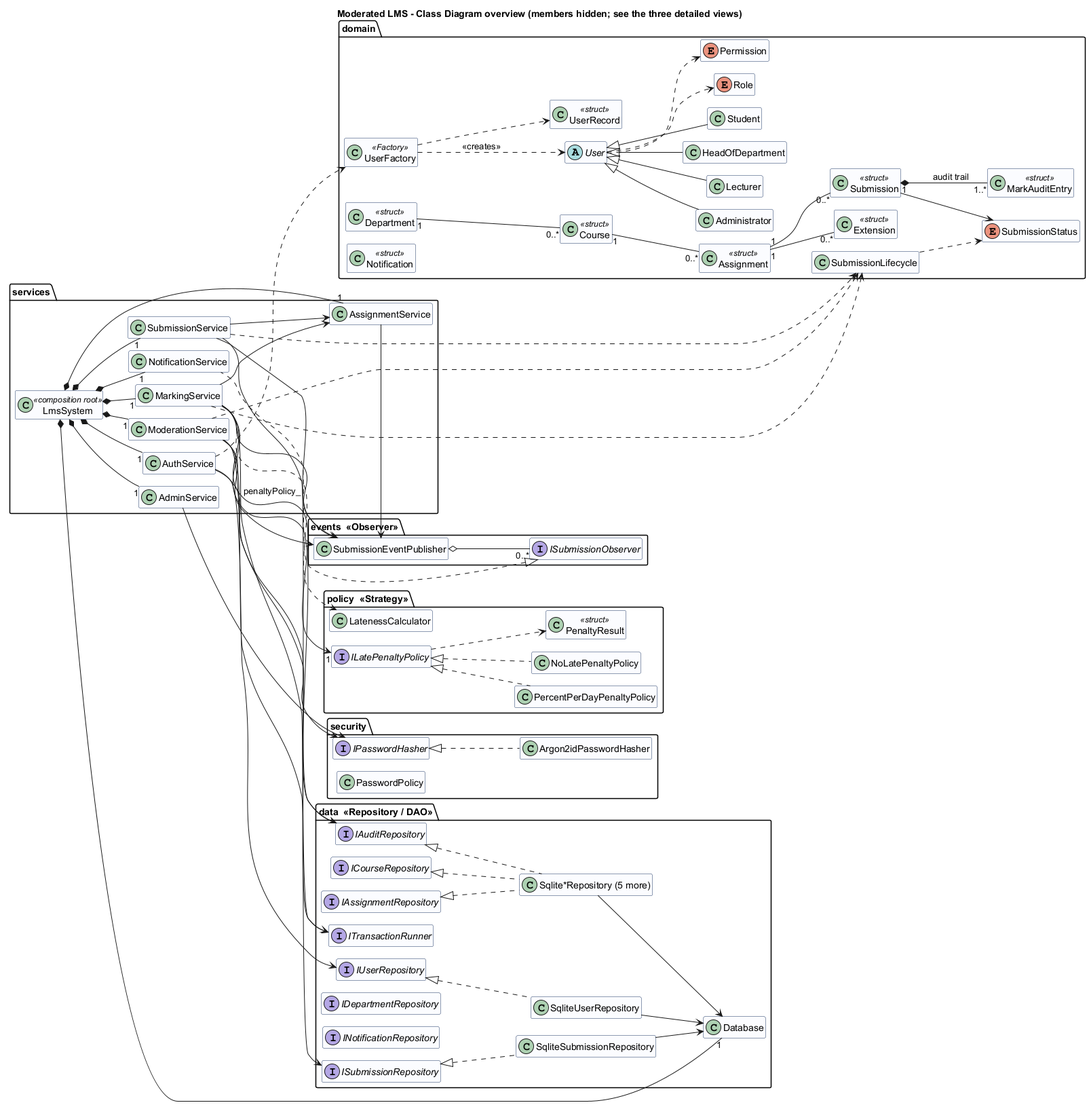
Above: docs/diagrams/rendered/class-diagram.png in victormonyekem02-sudo/Edu-Management-System (PlantUML), before the change. The source it was exported from:
```plantuml
@startuml class-diagram
!pragma layout smetana
title Moderated LMS - Class Diagram overview (members hidden; see the three detailed views)
skinparam classAttributeIconSize 0
skinparam class {
  BackgroundColor #FBFCFF
  BorderColor #1F3864
}
left to right direction
hide empty members
hide members
hide enum members


package "domain" {
  enum Role {
    Administrator
    Lecturer
    HeadOfDepartment
    Student
  }
  enum Permission {
    ManageUsers
    ManageDepartments
    ManageCourses
    AssignLecturers
    EnrolStudents
    CreateAssignment
    GrantExtension
    MarkSubmission
    SubmitWork
    ViewReleasedResults
    ModerateMarks
    ReleaseMarks
    ViewAuditLog
  }

  abstract class User {
    - id_ : int
    - username_ : string
    - fullName_ : string
    - departmentId_ : optional<int>
    # User(id : int, username : string, fullName : string, departmentId : optional<int>)
    + id() : int
    + username() : const string&
    + fullName() : const string&
    + departmentId() : optional<int>
    + {abstract} role() : Role
    + {abstract} roleTitle() : string
    + can(p : Permission) : bool
    + require(p : Permission) : void
    + {abstract} hasDepartmentScope(departmentId : int) : bool
    # {abstract} permissions() : const set<Permission>&
  }
  class Administrator
  class Lecturer
  class HeadOfDepartment
  class Student

  User <|-- Administrator
  User <|-- Lecturer
  User <|-- HeadOfDepartment
  User <|-- Student
  User ..> Role
  User ..> Permission

  class UserRecord <<struct>> {
    + id : int
    + username : string
    + passwordHash : string
    + fullName : string
    + role : Role
    + departmentId : optional<int>
    + active : bool
    + failedLoginAttempts : int
    + lockedUntil : Timestamp
    + createdAt : Timestamp
  }

  class UserFactory <<Factory>> {
    + {static} create(record : const UserRecord&) : unique_ptr<User>
  }
  UserFactory ..> UserRecord
  UserFactory ..> User : <<creates>>

  class Department <<struct>> {
    + id : int
    + name : string
  }
  class Course <<struct>> {
    + id : int
    + code : string
    + title : string
    + departmentId : int
  }
  class Assignment <<struct>> {
    + id : int
    + courseId : int
    + title : string
    + description : string
    + deadline : Timestamp
    + maxMark : int
    + createdBy : int
    + createdAt : Timestamp
  }
  class Extension <<struct>> {
    + id : int
    + assignmentId : int
    + studentId : int
    + newDeadline : Timestamp
    + reason : string
    + grantedBy : int
    + grantedAt : Timestamp
  }
  enum SubmissionStatus {
    Submitted
    Late
    Marked
    Moderated
    Released
  }
  class Submission <<struct>> {
    + id : int
    + assignmentId : int
    + studentId : int
    + content : string
    + submittedAt : Timestamp
    + version : int
    + status : SubmissionStatus
    + rawMark : optional<double>
    + daysLate : int
    + lateDeduction : double
    + finalMark : optional<double>
    + feedback : string
    + markedBy / moderatedBy / releasedBy : optional<int>
    + markedAt / moderatedAt / releasedAt : optional<Timestamp>
  }
  class SubmissionLifecycle {
    + {static} canTransition(from : SubmissionStatus, to : SubmissionStatus) : bool
    + {static} requireTransition(from : SubmissionStatus, to : SubmissionStatus) : void
    + {static} isMarkable(s : SubmissionStatus) : bool
    + {static} isVisibleToStudent(s : SubmissionStatus) : bool
  }
  class MarkAuditEntry <<struct>> {
    + id : int
    + submissionId : int
    + changedBy : int
    + changedAt : Timestamp
    + action : AuditAction
    + oldMark : optional<double>
    + newMark : optional<double>
    + reason : string
  }
  class Notification <<struct>> {
    + id : int
    + userId : int
    + message : string
    + createdAt : Timestamp
    + read : bool
  }

  Department "1" -- "0..*" Course
  Course "1" -- "0..*" Assignment
  Assignment "1" -- "0..*" Extension
  Assignment "1" -- "0..*" Submission
  Submission "1" *-- "1..*" MarkAuditEntry : audit trail >
  Submission --> SubmissionStatus
  SubmissionLifecycle ..> SubmissionStatus
}

package "policy  <<Strategy>>" {
  interface ILatePenaltyPolicy {
    + {abstract} apply(rawMark : double, maxMark : int, daysLate : int) : PenaltyResult
    + {abstract} description() : string
  }
  class PercentPerDayPenaltyPolicy {
    - percentPerDay_ : double
    - maxPenalisedDays_ : int
    + PercentPerDayPenaltyPolicy(percentPerDay : double = 10, maxPenalisedDays : int = 3)
    + apply(rawMark : double, maxMark : int, daysLate : int) : PenaltyResult
    + description() : string
  }
  class NoLatePenaltyPolicy {
    + apply(rawMark : double, maxMark : int, daysLate : int) : PenaltyResult
    + description() : string
  }
  class PenaltyResult <<struct>> {
    + rawMark : double
    + daysLate : int
    + deduction : double
    + finalMark : double
    + explanation : string
  }
  class LatenessCalculator {
    + {static} daysLate(submittedAt : Timestamp, effectiveDeadline : Timestamp) : int
  }
  ILatePenaltyPolicy <|.. PercentPerDayPenaltyPolicy
  ILatePenaltyPolicy <|.. NoLatePenaltyPolicy
  ILatePenaltyPolicy ..> PenaltyResult
}

package "events  <<Observer>>" {
  interface ISubmissionObserver {
    + {abstract} onSubmissionEvent(event : const SubmissionEvent&) : void
  }
  class SubmissionEventPublisher {
    - observers_ : vector<ISubmissionObserver*>
    + subscribe(o : ISubmissionObserver&) : void
    + unsubscribe(o : ISubmissionObserver&) : void
    + publish(event : const SubmissionEvent&) : void
  }
  SubmissionEventPublisher o-- "0..*" ISubmissionObserver
}

package "security" {
  interface IPasswordHasher {
    + {abstract} hash(password : string) : string
    + {abstract} verify(password : string, encodedHash : string) : bool
  }
  class Argon2idPasswordHasher {
    - params_ : Argon2Params
    + hash(password : string) : string
    + verify(password : string, encodedHash : string) : bool
  }
  class PasswordPolicy {
    + {static} validate(password : string, username : string) : void
  }
  IPasswordHasher <|.. Argon2idPasswordHasher
}

package "data  <<Repository / DAO>>" {
  interface IUserRepository {
    + add(u : const UserRecord&) : int
    + update(u : const UserRecord&) : void
    + findById(id : int) : optional<UserRecord>
    + findByUsername(name : string) : optional<UserRecord>
    + findHeadOfDepartment(departmentId : int) : optional<UserRecord>
    + listByRole(r : Role) : vector<UserRecord>
    + countByRole(r : Role) : int
  }
  interface ICourseRepository
  interface IAssignmentRepository {
    + add(a : const Assignment&) : int
    + findById(id : int) : optional<Assignment>
    + listByCourse(courseId : int) : vector<Assignment>
    + saveExtension(e : const Extension&) : void
    + findExtension(assignmentId : int, studentId : int) : optional<Extension>
  }
  interface ISubmissionRepository {
    + add(s : const Submission&) : int
    + update(s : const Submission&) : void
    + find(assignmentId : int, studentId : int) : optional<Submission>
    + listByDepartmentAndStatus(dept : int, s : SubmissionStatus) : vector<Submission>
    + addVersion(id : int, version : int, content : string, at : Timestamp) : void
  }
  interface IAuditRepository {
    + add(e : const MarkAuditEntry&) : int
    + listForSubmission(id : int) : vector<MarkAuditEntry>
  }
  interface IDepartmentRepository
  interface INotificationRepository
  interface ITransactionRunner {
    + run(work : function<void()>) : void
  }
  class SqliteUserRepository
  class SqliteSubmissionRepository
  class "Sqlite*Repository (5 more)" as SqliteOthers
  class Database {
    - db_ : sqlite3*
    + prepare(sql : string) : Statement
    + execute(sql : string) : void
    + inTransaction(work : function<void()>) : void
  }
  IUserRepository <|.. SqliteUserRepository
  ISubmissionRepository <|.. SqliteSubmissionRepository
  IAssignmentRepository <|.. SqliteOthers
  ICourseRepository <|.. SqliteOthers
  IAuditRepository <|.. SqliteOthers
  SqliteUserRepository --> Database
  SqliteSubmissionRepository --> Database
  SqliteOthers --> Database
}

package "services" {
  class AuthService {
    + {static} kMaxFailedAttempts : int = 5
    + login(username : string, password : string) : unique_ptr<User>
    + changePassword(actor : const User&, current : string, next : string) : void
  }
  class AdminService {
    + createUser(actor : const User&, role : Role, username : string, fullName : string, password : string, dept : optional<int>) : int
    + setActive(actor : const User&, userId : int, active : bool) : void
    + createDepartment(actor : const User&, name : string) : int
    + createCourse(actor : const User&, code : string, title : string, dept : int) : int
    + assignLecturer(actor : const User&, courseId : int, lecturerId : int) : void
    + enrolStudent(actor : const User&, courseId : int, studentId : int) : void
  }
  class AssignmentService {
    + createAssignment(actor : const User&, courseId : int, title : string, description : string, deadline : Timestamp, maxMark : int) : int
    + grantExtension(actor : const User&, assignmentId : int, studentId : int, newDeadline : Timestamp, reason : string) : void
    + effectiveDeadline(a : const Assignment&, studentId : int) : Timestamp
    + listForStudent(student : const User&) : vector<StudentAssignmentView>
  }
  class SubmissionService {
    + submit(actor : const User&, assignmentId : int, content : string) : SubmitResult
    + resultsFor(student : const User&) : vector<StudentResultView>
  }
  class MarkingService {
    + mark(actor : const User&, submissionId : int, rawMark : double, feedback : string, reason : string) : PenaltyResult
    + listForAssignment(actor : const User&, assignmentId : int) : vector<MarkingItem>
  }
  class ModerationService {
    + pendingModeration(hod : const User&) : vector<ModerationItem>
    + approve(hod : const User&, submissionId : int, note : string) : void
    + adjust(hod : const User&, submissionId : int, newFinalMark : double, reason : string) : void
    + releaseAssignment(hod : const User&, assignmentId : int) : ReleaseSummary
    + auditTrail(actor : const User&, submissionId : int) : vector<MarkAuditEntry>
  }
  class NotificationService {
    + onSubmissionEvent(event : const SubmissionEvent&) : void
    + unreadFor(user : const User&) : vector<Notification>
  }
  class LmsSystem <<composition root>> {
    + {static} createDefault(databasePath : string) : unique_ptr<LmsSystem>
  }

  ISubmissionObserver <|.. NotificationService
  AuthService --> IUserRepository
  AuthService --> IPasswordHasher
  AuthService ..> UserFactory
  AdminService --> IPasswordHasher
  SubmissionService --> AssignmentService
  MarkingService --> AssignmentService
  MarkingService --> "1" ILatePenaltyPolicy : penaltyPolicy_
  MarkingService ..> LatenessCalculator
  SubmissionService --> SubmissionEventPublisher
  MarkingService --> SubmissionEventPublisher
  ModerationService --> SubmissionEventPublisher
  AssignmentService --> SubmissionEventPublisher
  SubmissionService --> ISubmissionRepository
  MarkingService --> IAuditRepository
  ModerationService --> IAuditRepository
  MarkingService --> ITransactionRunner
  ModerationService --> ITransactionRunner
  SubmissionService ..> SubmissionLifecycle
  MarkingService ..> SubmissionLifecycle
  ModerationService ..> SubmissionLifecycle
  LmsSystem *-- "1" AuthService
  LmsSystem *-- "1" AdminService
  LmsSystem *-- "1" AssignmentService
  LmsSystem *-- "1" SubmissionService
  LmsSystem *-- "1" MarkingService
  LmsSystem *-- "1" ModerationService
  LmsSystem *-- "1" NotificationService
  LmsSystem *-- "1" Database
}
@enduml
```
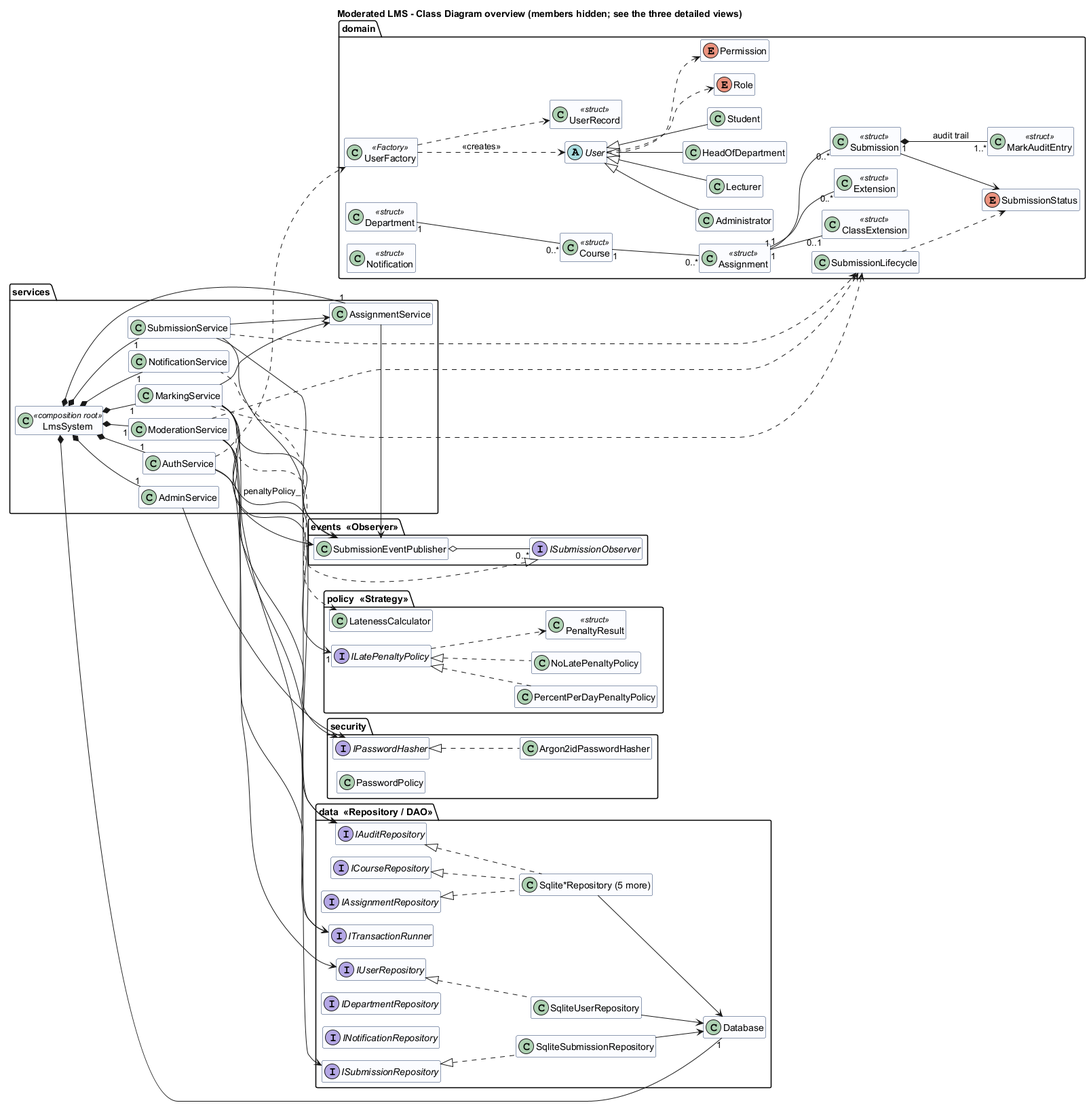
After the commit.

What changed in the source:
```diff
@@ -103,6 +103,8 @@
     + createdBy : int
     + createdAt : Timestamp
   }
+  class ClassExtension <<struct>> {
+  }
   class Extension <<struct>> {
     + id : int
     + assignmentId : int
@@ -162,6 +164,7 @@
   Department "1" -- "0..*" Course
   Course "1" -- "0..*" Assignment
   Assignment "1" -- "0..*" Extension
+  Assignment "1" -- "0..1" ClassExtension
   Assignment "1" -- "0..*" Submission
   Submission "1" *-- "1..*" MarkAuditEntry : audit trail >
   Submission --> SubmissionStatus
```
